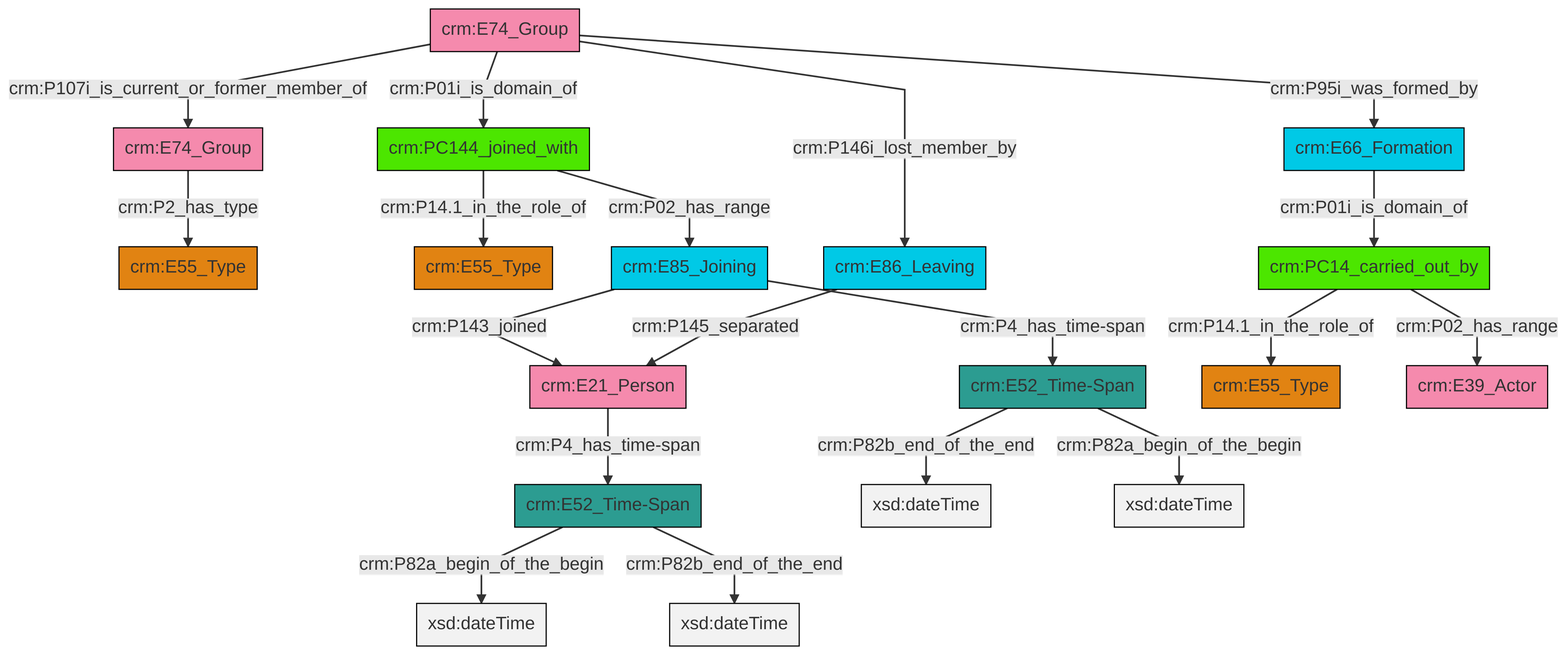
The Mermaid diagram et/groupCSV/ttl/mmd/png/group_actor_relations.png in swiss-art-research-net/reference-data-models, before a commit. Its source is kept beside it as et/groupCSV/ttl/mmd/group_actor_relations.ttl.mmd.
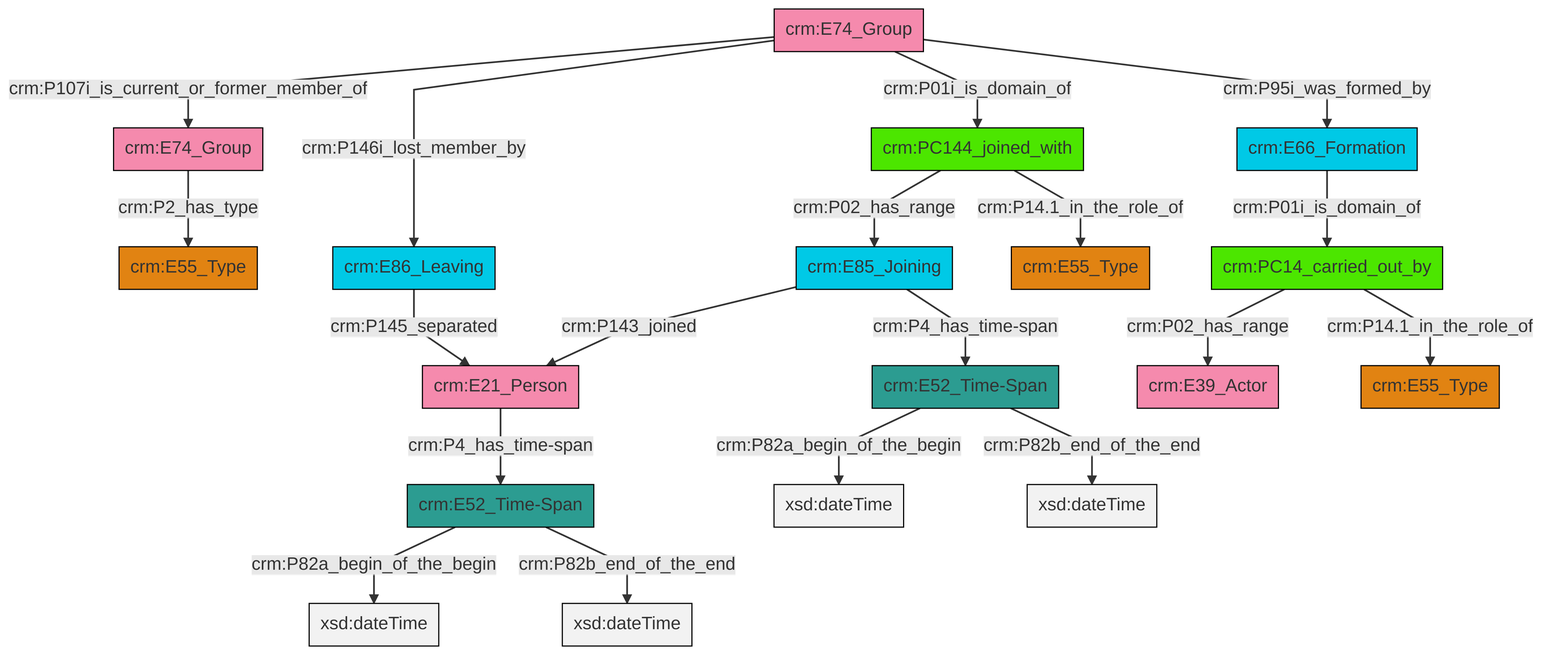
After the change.

Diff of the diagram source:
```diff
@@ -13,21 +13,21 @@
 classDef PC_Classes fill:#4ce600, stroke:#000000;
 classDef Multi fill:#cccccc,stroke:#000000;
 
-6["crm:PC144_joined_with"]:::PC_Classes -->|crm:P02_has_range| 7["crm:E85_Joining"]:::Temporal_Entity
-0["crm:E52_Time-Span"]:::Time-Span -->|crm:P82a_begin_of_the_begin| 8[xsd:dateTime]:::Literal
-9["crm:E74_Group"]:::Actor -->|crm:P146i_lost_member_by| 10["crm:E86_Leaving"]:::Temporal_Entity
-0["crm:E52_Time-Span"]:::Time-Span -->|crm:P82b_end_of_the_end| 12[xsd:dateTime]:::Literal
-13["crm:E52_Time-Span"]:::Time-Span -->|crm:P82b_end_of_the_end| 14[xsd:dateTime]:::Literal
-9["crm:E74_Group"]:::Actor -->|crm:P95i_was_formed_by| 15["crm:E66_Formation"]:::Temporal_Entity
-15["crm:E66_Formation"]:::Temporal_Entity -->|crm:P01i_is_domain_of| 16["crm:PC14_carried_out_by"]:::PC_Classes
-13["crm:E52_Time-Span"]:::Time-Span -->|crm:P82a_begin_of_the_begin| 17[xsd:dateTime]:::Literal
-19["crm:E21_Person"]:::Actor -->|crm:P4_has_time-span| 0["crm:E52_Time-Span"]:::Time-Span
-9["crm:E74_Group"]:::Actor -->|crm:P107i_is_current_or_former_member_of| 20["crm:E74_Group"]:::Actor
-7["crm:E85_Joining"]:::Temporal_Entity -->|crm:P143_joined| 19["crm:E21_Person"]:::Actor
-16["crm:PC14_carried_out_by"]:::PC_Classes -->|crm:P14.1_in_the_role_of| 23["crm:E55_Type"]:::Type
-6["crm:PC144_joined_with"]:::PC_Classes -->|crm:P14.1_in_the_role_of| 4["crm:E55_Type"]:::Type
-7["crm:E85_Joining"]:::Temporal_Entity -->|crm:P4_has_time-span| 13["crm:E52_Time-Span"]:::Time-Span
-16["crm:PC14_carried_out_by"]:::PC_Classes -->|crm:P02_has_range| 29["crm:E39_Actor"]:::Actor
-20["crm:E74_Group"]:::Actor -->|crm:P2_has_type| 2["crm:E55_Type"]:::Type
-10["crm:E86_Leaving"]:::Temporal_Entity -->|crm:P145_separated| 19["crm:E21_Person"]:::Actor
-9["crm:E74_Group"]:::Actor -->|crm:P01i_is_domain_of| 6["crm:PC144_joined_with"]:::PC_Classes
+2["crm:E74_Group"]:::Actor -->|crm:P2_has_type| 3["crm:E55_Type"]:::Type
+0["crm:E86_Leaving"]:::Temporal_Entity -->|crm:P145_separated| 4["crm:E21_Person"]:::Actor
+5["crm:E74_Group"]:::Actor -->|crm:P107i_is_current_or_former_member_of| 2["crm:E74_Group"]:::Actor
+8["crm:E85_Joining"]:::Temporal_Entity -->|crm:P143_joined| 4["crm:E21_Person"]:::Actor
+5["crm:E74_Group"]:::Actor -->|crm:P146i_lost_member_by| 0["crm:E86_Leaving"]:::Temporal_Entity
+9["crm:E52_Time-Span"]:::Time-Span -->|crm:P82a_begin_of_the_begin| 10[xsd:dateTime]:::Literal
+4["crm:E21_Person"]:::Actor -->|crm:P4_has_time-span| 11["crm:E52_Time-Span"]:::Time-Span
+11["crm:E52_Time-Span"]:::Time-Span -->|crm:P82a_begin_of_the_begin| 14[xsd:dateTime]:::Literal
+17["crm:PC14_carried_out_by"]:::PC_Classes -->|crm:P02_has_range| 6["crm:E39_Actor"]:::Actor
+5["crm:E74_Group"]:::Actor -->|crm:P01i_is_domain_of| 18["crm:PC144_joined_with"]:::PC_Classes
+8["crm:E85_Joining"]:::Temporal_Entity -->|crm:P4_has_time-span| 9["crm:E52_Time-Span"]:::Time-Span
+18["crm:PC144_joined_with"]:::PC_Classes -->|crm:P02_has_range| 8["crm:E85_Joining"]:::Temporal_Entity
+9["crm:E52_Time-Span"]:::Time-Span -->|crm:P82b_end_of_the_end| 21[xsd:dateTime]:::Literal
+11["crm:E52_Time-Span"]:::Time-Span -->|crm:P82b_end_of_the_end| 22[xsd:dateTime]:::Literal
+17["crm:PC14_carried_out_by"]:::PC_Classes -->|crm:P14.1_in_the_role_of| 15["crm:E55_Type"]:::Type
+18["crm:PC144_joined_with"]:::PC_Classes -->|crm:P14.1_in_the_role_of| 26["crm:E55_Type"]:::Type
+5["crm:E74_Group"]:::Actor -->|crm:P95i_was_formed_by| 23["crm:E66_Formation"]:::Temporal_Entity
+23["crm:E66_Formation"]:::Temporal_Entity -->|crm:P01i_is_domain_of| 17["crm:PC14_carried_out_by"]:::PC_Classes
```
